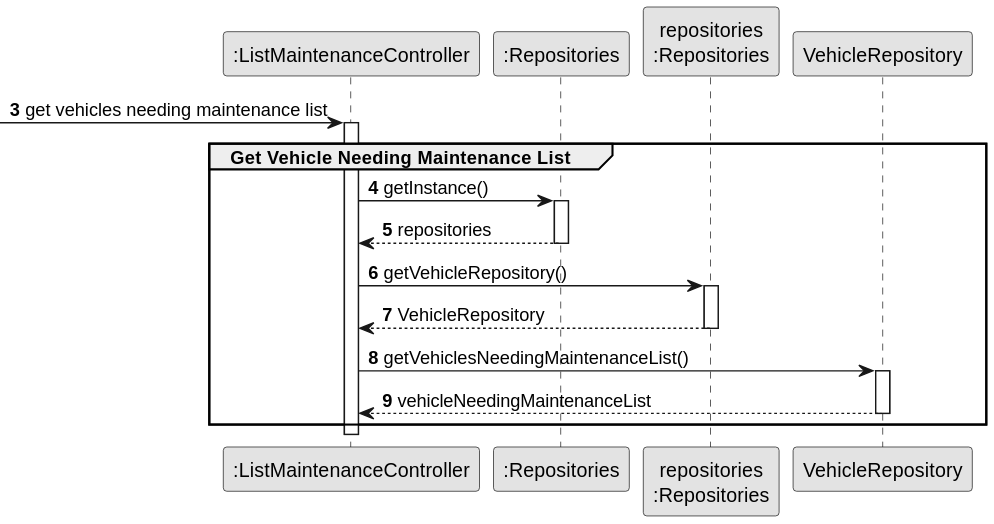
ricardomm7/leaflink keeps this PlantUML diagram as docs/sprintB/us008/03.design/svg/us008-sequence-diagram-partial-get-vehicle-needing-maintenance-list.svg. Above is the earlier version.
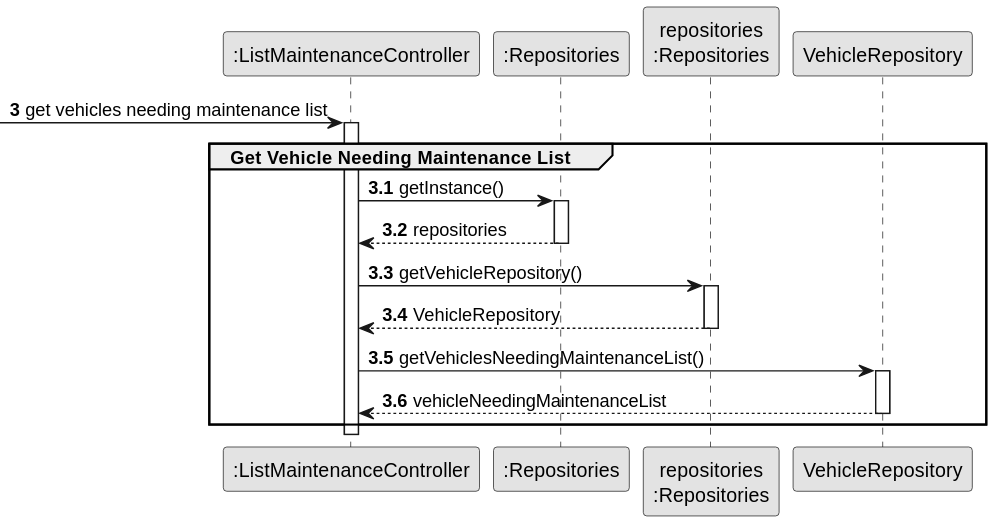
The same file after the commit.

What changed in the source:
```diff
@@ -15,7 +15,7 @@
  -> CTRL : get vehicles needing maintenance list
 activate CTRL
     group Get Vehicle Needing Maintenance List
-
+autonumber 3.1
 
             CTRL -> RepositorySingleton : getInstance()
             activate RepositorySingleton
```
